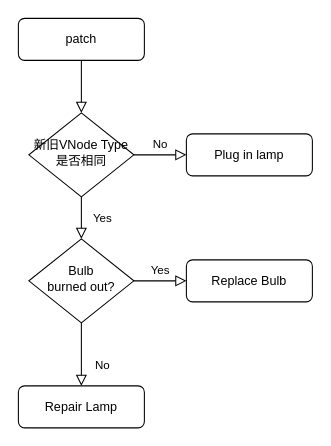
Before: public/vue.drawio in cheekahao/note, a draw.io diagram. Source tidied: cells renumbered, new cells numbered last; positions are measured from the earlier drawing's top-left corner, leaving out a move shared by most shapes. Both pictures are drawn from the tidied source at 105%, with x=0, y=0 at pixel (18, 18).
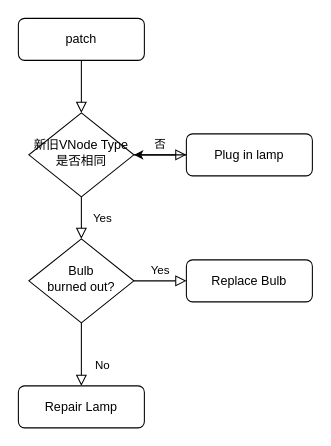
The same diagram, later.

The edit, as a diff of the source:
```diff
@@
 <mxGraphModel>
   <root>
     <mxCell id="0" />
     <mxCell id="1" parent="0" />
     <mxCell id="2" style="rounded=0;html=1;jettySize=auto;fontSize=11;endArrow=block;endFill=0;endSize=8;strokeWidth=1;shadow=0;labelBackgroundColor=none;edgeStyle=orthogonalEdgeStyle;" parent="1" edge="1" source="3" target="6">
       <mxGeometry relative="1" as="geometry" />
     </mxCell>
     <mxCell id="3" value="patch" style="rounded=1;whiteSpace=wrap;html=1;fontSize=12;glass=0;strokeWidth=1;shadow=0;" parent="1" vertex="1">
       <mxGeometry width="120" height="40" as="geometry" />
     </mxCell>
     <mxCell id="4" value="Yes" style="rounded=0;html=1;jettySize=auto;fontSize=11;endArrow=block;endFill=0;endSize=8;strokeWidth=1;shadow=0;labelBackgroundColor=none;edgeStyle=orthogonalEdgeStyle;" parent="1" edge="1" source="6" target="10">
       <mxGeometry y="20" relative="1" as="geometry" />
     </mxCell>
-    <mxCell id="5" value="No" style="edgeStyle=orthogonalEdgeStyle;rounded=0;html=1;jettySize=auto;fontSize=11;endArrow=block;endFill=0;endSize=8;strokeWidth=1;shadow=0;labelBackgroundColor=none;" parent="1" edge="1" source="6" target="7">
+    <mxCell id="5" value="否" style="edgeStyle=orthogonalEdgeStyle;rounded=0;html=1;jettySize=auto;fontSize=11;endArrow=block;endFill=0;endSize=8;strokeWidth=1;shadow=0;labelBackgroundColor=none;" parent="1" edge="1" source="6" target="7">
       <mxGeometry y="10" relative="1" as="geometry" />
     </mxCell>
     <mxCell id="6" value="新旧VNode Type是否相同" style="rhombus;whiteSpace=wrap;html=1;shadow=0;fontFamily=Helvetica;fontSize=12;align=center;strokeWidth=1;spacing=6;spacingTop=-4;" parent="1" vertex="1">
       <mxGeometry x="10" y="90" width="100" height="80" as="geometry" />
     </mxCell>
+    <mxCell id="13" style="edgeStyle=orthogonalEdgeStyle;rounded=0;jettySize=auto;html=1;" parent="1" edge="1" source="7" target="6">
+      <mxGeometry relative="1" as="geometry" />
+    </mxCell>
     <mxCell id="7" value="Plug in lamp" style="rounded=1;whiteSpace=wrap;html=1;fontSize=12;glass=0;strokeWidth=1;shadow=0;" parent="1" vertex="1">
       <mxGeometry x="160" y="110" width="120" height="40" as="geometry" />
     </mxCell>
     <mxCell id="8" value="No" style="rounded=0;html=1;jettySize=auto;fontSize=11;endArrow=block;endFill=0;endSize=8;strokeWidth=1;shadow=0;labelBackgroundColor=none;edgeStyle=orthogonalEdgeStyle;" parent="1" edge="1" source="10" target="11">
       <mxGeometry x="0.33" y="20" relative="1" as="geometry" />
     </mxCell>
     <mxCell id="9" value="Yes" style="edgeStyle=orthogonalEdgeStyle;rounded=0;html=1;jettySize=auto;fontSize=11;endArrow=block;endFill=0;endSize=8;strokeWidth=1;shadow=0;labelBackgroundColor=none;" parent="1" edge="1" source="10" target="12">
       <mxGeometry y="10" relative="1" as="geometry" />
     </mxCell>
     <mxCell id="10" value="Bulb&lt;br&gt;burned out?" style="rhombus;whiteSpace=wrap;html=1;shadow=0;fontFamily=Helvetica;fontSize=12;align=center;strokeWidth=1;spacing=6;spacingTop=-4;" parent="1" vertex="1">
       <mxGeometry x="10" y="210" width="100" height="80" as="geometry" />
     </mxCell>
     <mxCell id="11" value="Repair Lamp" style="rounded=1;whiteSpace=wrap;html=1;fontSize=12;glass=0;strokeWidth=1;shadow=0;" parent="1" vertex="1">
       <mxGeometry y="350" width="120" height="40" as="geometry" />
     </mxCell>
     <mxCell id="12" value="Replace Bulb" style="rounded=1;whiteSpace=wrap;html=1;fontSize=12;glass=0;strokeWidth=1;shadow=0;" parent="1" vertex="1">
       <mxGeometry x="160" y="230" width="120" height="40" as="geometry" />
     </mxCell>
   </root>
 </mxGraphModel>
```
